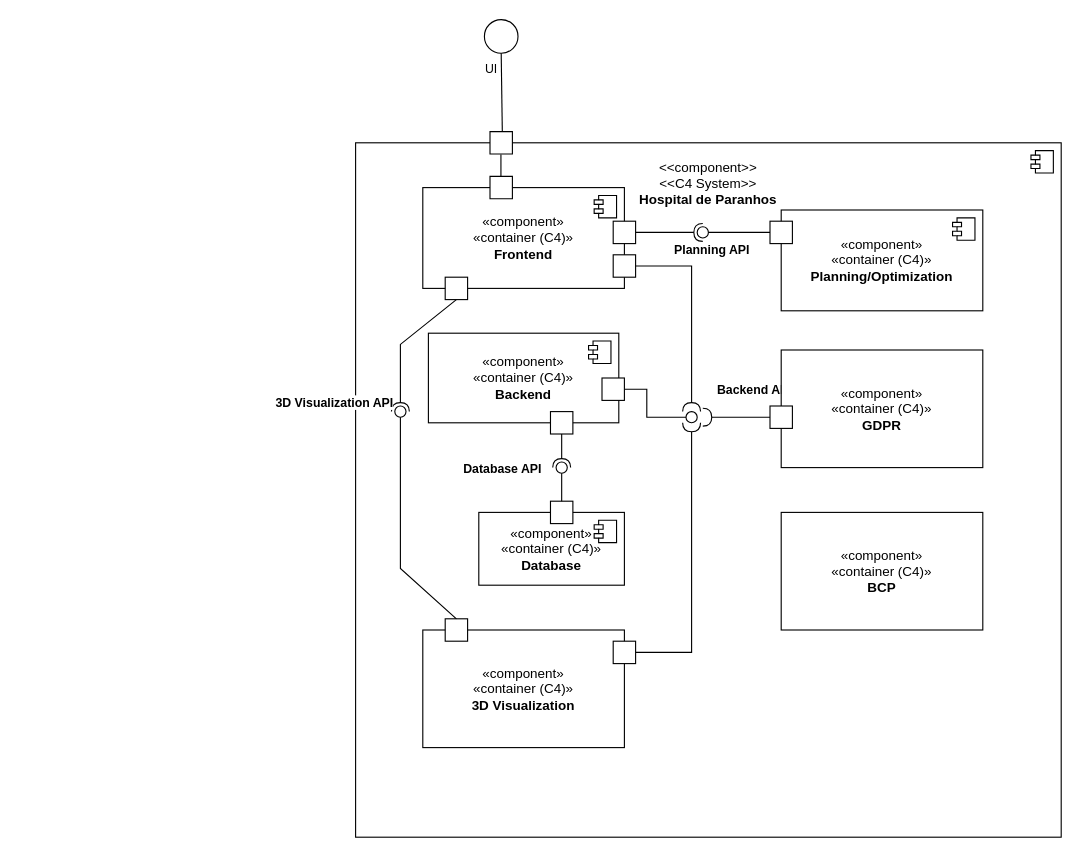
The draw.io diagram docs/geral/views/level-2/logic/vista_logica.drawio in andredsferreira/p5sem-3dj-g59, before the edit. Source tidied: cells renumbered, new cells numbered last; positions are measured from the earlier drawing's top-left corner, leaving out a move shared by most shapes. Both pictures are drawn from the tidied source at 112%, with x=0, y=0 at pixel (355, 19).
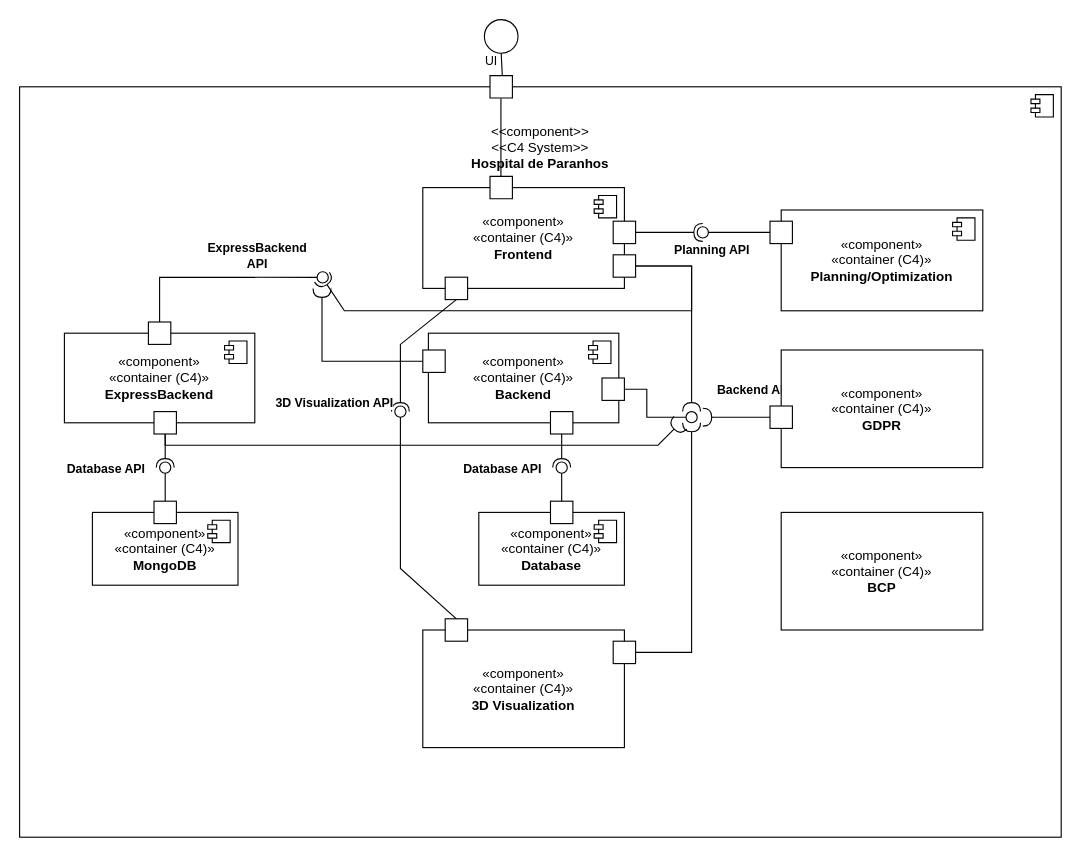
The same page after the edit.

Unchanged cells that the change refers to:
```xml
<mxCell id="39" style="rounded=0;whiteSpace=wrap;html=1;" parent="1" vertex="1">
  <mxGeometry x="230" y="210" width="20" height="20" as="geometry" />
</mxCell>
```

Change to the diagram source:
```diff
@@
-    <mxCell id="2" value="&amp;lt;&amp;lt;component&amp;gt;&amp;gt;&lt;div&gt;&amp;lt;&amp;lt;C4 System&amp;gt;&amp;gt;&lt;br&gt;&lt;b&gt;Hospital de Paranhos&lt;/b&gt;&lt;/div&gt;&lt;div&gt;&lt;b&gt;&lt;br&gt;&lt;/b&gt;&lt;/div&gt;&lt;div&gt;&lt;b&gt;&lt;br&gt;&lt;/b&gt;&lt;/div&gt;&lt;div&gt;&lt;b&gt;&lt;br&gt;&lt;/b&gt;&lt;/div&gt;&lt;div&gt;&lt;b&gt;&lt;br&gt;&lt;/b&gt;&lt;/div&gt;&lt;div&gt;&lt;b&gt;&lt;br&gt;&lt;/b&gt;&lt;/div&gt;&lt;div&gt;&lt;b&gt;&lt;br&gt;&lt;/b&gt;&lt;/div&gt;&lt;div&gt;&lt;b&gt;&lt;br&gt;&lt;/b&gt;&lt;/div&gt;&lt;div&gt;&lt;b&gt;&lt;br&gt;&lt;/b&gt;&lt;/div&gt;&lt;div&gt;&lt;b&gt;&lt;br&gt;&lt;/b&gt;&lt;/div&gt;&lt;div&gt;&lt;b&gt;&lt;br&gt;&lt;/b&gt;&lt;/div&gt;&lt;div&gt;&lt;b&gt;&lt;br&gt;&lt;/b&gt;&lt;/div&gt;&lt;div&gt;&lt;b&gt;&lt;br&gt;&lt;/b&gt;&lt;/div&gt;&lt;div&gt;&lt;b&gt;&lt;br&gt;&lt;/b&gt;&lt;/div&gt;&lt;div&gt;&lt;b&gt;&lt;br&gt;&lt;/b&gt;&lt;/div&gt;&lt;div&gt;&lt;b&gt;&lt;br&gt;&lt;/b&gt;&lt;/div&gt;&lt;div&gt;&lt;b&gt;&lt;br&gt;&lt;/b&gt;&lt;/div&gt;&lt;div&gt;&lt;b&gt;&lt;br&gt;&lt;/b&gt;&lt;/div&gt;&lt;div&gt;&lt;b&gt;&lt;br&gt;&lt;/b&gt;&lt;/div&gt;&lt;div&gt;&lt;b&gt;&lt;br&gt;&lt;/b&gt;&lt;/div&gt;&lt;div&gt;&lt;b&gt;&lt;br&gt;&lt;/b&gt;&lt;/div&gt;&lt;div&gt;&lt;b&gt;&lt;br&gt;&lt;/b&gt;&lt;/div&gt;&lt;div&gt;&lt;b&gt;&lt;br&gt;&lt;/b&gt;&lt;/div&gt;&lt;div&gt;&lt;b&gt;&lt;br&gt;&lt;/b&gt;&lt;/div&gt;&lt;div&gt;&lt;b&gt;&lt;br&gt;&lt;/b&gt;&lt;/div&gt;&lt;div&gt;&lt;b&gt;&lt;br&gt;&lt;/b&gt;&lt;/div&gt;&lt;div&gt;&lt;b&gt;&lt;br&gt;&lt;/b&gt;&lt;/div&gt;&lt;div&gt;&lt;b&gt;&lt;br&gt;&lt;/b&gt;&lt;/div&gt;&lt;div&gt;&lt;b&gt;&lt;br&gt;&lt;/b&gt;&lt;/div&gt;&lt;div&gt;&lt;b&gt;&lt;br&gt;&lt;/b&gt;&lt;/div&gt;&lt;div&gt;&lt;b&gt;&lt;br&gt;&lt;/b&gt;&lt;/div&gt;&lt;div&gt;&lt;br&gt;&lt;/div&gt;&lt;div&gt;&lt;br&gt;&lt;/div&gt;&lt;div&gt;&lt;br&gt;&lt;/div&gt;&lt;div&gt;&lt;br&gt;&lt;/div&gt;&lt;div&gt;&lt;br&gt;&lt;/div&gt;&lt;div&gt;&lt;br&gt;&lt;/div&gt;&lt;div&gt;&lt;br&gt;&lt;/div&gt;&lt;div&gt;&lt;br&gt;&lt;/div&gt;" style="html=1;whiteSpace=wrap;" parent="1" vertex="1">
-      <mxGeometry y="110" width="630" height="620" as="geometry" />
+    <mxCell id="2" value="&amp;lt;&amp;lt;component&amp;gt;&amp;gt;&lt;div&gt;&amp;lt;&amp;lt;C4 System&amp;gt;&amp;gt;&lt;br&gt;&lt;b&gt;Hospital de Paranhos&lt;/b&gt;&lt;/div&gt;&lt;div&gt;&lt;b&gt;&lt;br&gt;&lt;/b&gt;&lt;/div&gt;&lt;div&gt;&lt;b&gt;&lt;br&gt;&lt;/b&gt;&lt;/div&gt;&lt;div&gt;&lt;b&gt;&lt;br&gt;&lt;/b&gt;&lt;/div&gt;&lt;div&gt;&lt;b&gt;&lt;br&gt;&lt;/b&gt;&lt;/div&gt;&lt;div&gt;&lt;b&gt;&lt;br&gt;&lt;/b&gt;&lt;/div&gt;&lt;div&gt;&lt;b&gt;&lt;br&gt;&lt;/b&gt;&lt;/div&gt;&lt;div&gt;&lt;b&gt;&lt;br&gt;&lt;/b&gt;&lt;/div&gt;&lt;div&gt;&lt;b&gt;&lt;br&gt;&lt;/b&gt;&lt;/div&gt;&lt;div&gt;&lt;b&gt;&lt;br&gt;&lt;/b&gt;&lt;/div&gt;&lt;div&gt;&lt;b&gt;&lt;br&gt;&lt;/b&gt;&lt;/div&gt;&lt;div&gt;&lt;b&gt;&lt;br&gt;&lt;/b&gt;&lt;/div&gt;&lt;div&gt;&lt;b&gt;&lt;br&gt;&lt;/b&gt;&lt;/div&gt;&lt;div&gt;&lt;b&gt;&lt;br&gt;&lt;/b&gt;&lt;/div&gt;&lt;div&gt;&lt;b&gt;&lt;br&gt;&lt;/b&gt;&lt;/div&gt;&lt;div&gt;&lt;b&gt;&lt;br&gt;&lt;/b&gt;&lt;/div&gt;&lt;div&gt;&lt;b&gt;&lt;br&gt;&lt;/b&gt;&lt;/div&gt;&lt;div&gt;&lt;b&gt;&lt;br&gt;&lt;/b&gt;&lt;/div&gt;&lt;div&gt;&lt;b&gt;&lt;br&gt;&lt;/b&gt;&lt;/div&gt;&lt;div&gt;&lt;b&gt;&lt;br&gt;&lt;/b&gt;&lt;/div&gt;&lt;div&gt;&lt;b&gt;&lt;br&gt;&lt;/b&gt;&lt;/div&gt;&lt;div&gt;&lt;b&gt;&lt;br&gt;&lt;/b&gt;&lt;/div&gt;&lt;div&gt;&lt;b&gt;&lt;br&gt;&lt;/b&gt;&lt;/div&gt;&lt;div&gt;&lt;b&gt;&lt;br&gt;&lt;/b&gt;&lt;/div&gt;&lt;div&gt;&lt;b&gt;&lt;br&gt;&lt;/b&gt;&lt;/div&gt;&lt;div&gt;&lt;b&gt;&lt;br&gt;&lt;/b&gt;&lt;/div&gt;&lt;div&gt;&lt;b&gt;&lt;br&gt;&lt;/b&gt;&lt;/div&gt;&lt;div&gt;&lt;b&gt;&lt;br&gt;&lt;/b&gt;&lt;/div&gt;&lt;div&gt;&lt;b&gt;&lt;br&gt;&lt;/b&gt;&lt;/div&gt;&lt;div&gt;&lt;b&gt;&lt;br&gt;&lt;/b&gt;&lt;/div&gt;&lt;div&gt;&lt;b&gt;&lt;br&gt;&lt;/b&gt;&lt;/div&gt;&lt;div&gt;&lt;br&gt;&lt;/div&gt;&lt;div&gt;&lt;br&gt;&lt;/div&gt;&lt;div&gt;&lt;br&gt;&lt;/div&gt;&lt;div&gt;&lt;br&gt;&lt;/div&gt;&lt;div&gt;&lt;br&gt;&lt;/div&gt;&lt;div&gt;&lt;br&gt;&lt;/div&gt;&lt;div&gt;&lt;br&gt;&lt;/div&gt;&lt;div&gt;&lt;br&gt;&lt;/div&gt;&lt;div&gt;&lt;br&gt;&lt;/div&gt;" style="html=1;whiteSpace=wrap;" parent="1" vertex="1">
+      <mxGeometry x="-300" y="60" width="930" height="670" as="geometry" />
     </mxCell>
@@
-    <mxCell id="4" style="verticalLabelPosition=bottom;verticalAlign=top;html=1;shape=mxgraph.basic.rect;fillColor2=none;strokeWidth=1;size=20;indent=5;" parent="1" vertex="1">
-      <mxGeometry x="120" y="100" width="20" height="20" as="geometry" />
+    <mxCell id="4" style="verticalLabelPosition=bottom;verticalAlign=top;html=1;shape=mxgraph.basic.rect;fillColor2=none;strokeWidth=1;size=9.4;indent=5;" parent="1" vertex="1">
+      <mxGeometry x="120" y="50" width="20" height="20" as="geometry" />
     </mxCell>
@@
+    <mxCell id="48" value="«component»&lt;div&gt;«container (C4)»&lt;br&gt;&lt;b&gt;ExpressBackend&lt;/b&gt;&lt;/div&gt;" style="html=1;whiteSpace=wrap;" parent="1" vertex="1">
+      <mxGeometry x="-260" y="280" width="170" height="80" as="geometry" />
+    </mxCell>
+    <mxCell id="49" style="shape=module;jettyWidth=8;jettyHeight=4;" parent="48" vertex="1">
+      <mxGeometry x="1" width="20" height="20" relative="1" as="geometry">
+        <mxPoint x="-27" y="7" as="offset" />
+      </mxGeometry>
+    </mxCell>
+    <mxCell id="50" value="«component»&lt;div&gt;«container (C4)»&lt;br&gt;&lt;b&gt;MongoDB&lt;/b&gt;&lt;/div&gt;" style="html=1;whiteSpace=wrap;" parent="1" vertex="1">
+      <mxGeometry x="-235" y="440" width="130" height="65" as="geometry" />
+    </mxCell>
+    <mxCell id="51" style="shape=module;jettyWidth=8;jettyHeight=4;" parent="50" vertex="1">
+      <mxGeometry x="1" width="20" height="20" relative="1" as="geometry">
+        <mxPoint x="-27" y="7" as="offset" />
+      </mxGeometry>
+    </mxCell>
+    <mxCell id="52" style="rounded=0;whiteSpace=wrap;html=1;" parent="1" vertex="1">
+      <mxGeometry x="-180" y="350" width="20" height="20" as="geometry" />
+    </mxCell>
+    <mxCell id="53" style="rounded=0;whiteSpace=wrap;html=1;" parent="1" vertex="1">
+      <mxGeometry x="-180" y="430" width="20" height="20" as="geometry" />
+    </mxCell>
+    <mxCell id="54" style="rounded=0;jettySize=auto;html=1;endArrow=halfCircle;endFill=0;endSize=6;strokeWidth=1;sketch=0;exitX=0.5;exitY=1;exitDx=0;exitDy=0;" parent="1" edge="1" source="52">
+      <mxGeometry relative="1" as="geometry">
+        <mxPoint x="-170" y="400" as="targetPoint" />
+      </mxGeometry>
+    </mxCell>
+    <mxCell id="55" style="rounded=0;jettySize=auto;html=1;endArrow=oval;endFill=0;sketch=0;sourcePerimeterSpacing=0;targetPerimeterSpacing=0;endSize=10;exitX=0.5;exitY=0;exitDx=0;exitDy=0;" parent="1" edge="1" source="53">
+      <mxGeometry relative="1" as="geometry">
+        <mxPoint x="-170" y="400" as="targetPoint" />
+      </mxGeometry>
+    </mxCell>
+    <mxCell id="56" value="&lt;b&gt;Database API&lt;/b&gt;" style="edgeLabel;html=1;align=center;verticalAlign=middle;" parent="55" vertex="1">
+      <mxGeometry x="0.75" relative="1" as="geometry">
+        <mxPoint x="-54" y="-4" as="offset" />
+      </mxGeometry>
+    </mxCell>
+    <mxCell id="57" style="rounded=0;jettySize=auto;html=1;endArrow=oval;endFill=0;sketch=0;sourcePerimeterSpacing=0;targetPerimeterSpacing=0;endSize=10;exitX=0.5;exitY=0;exitDx=0;exitDy=0;entryX=0.291;entryY=0.254;entryDx=0;entryDy=0;entryPerimeter=0;" parent="1" edge="1" source="59" target="2">
+      <mxGeometry relative="1" as="geometry">
+        <Array as="points">
+          <mxPoint x="-175" y="230" />
+        </Array>
+      </mxGeometry>
+    </mxCell>
+    <mxCell id="58" value="&lt;b&gt;ExpressBackend&lt;/b&gt;&lt;div&gt;&lt;b&gt;API&lt;/b&gt;&lt;/div&gt;" style="edgeLabel;html=1;align=center;verticalAlign=middle;" parent="57" vertex="1">
+      <mxGeometry x="0.75" relative="1" as="geometry">
+        <mxPoint x="-35" y="-20" as="offset" />
+      </mxGeometry>
+    </mxCell>
+    <mxCell id="59" style="rounded=0;whiteSpace=wrap;html=1;" parent="1" vertex="1">
+      <mxGeometry x="-185" y="270" width="20" height="20" as="geometry" />
+    </mxCell>
+    <mxCell id="60" style="rounded=0;jettySize=auto;html=1;endArrow=halfCircle;endFill=0;endSize=6;strokeWidth=1;sketch=0;exitX=0.5;exitY=1;exitDx=0;exitDy=0;" parent="1" edge="1" source="52">
+      <mxGeometry relative="1" as="geometry">
+        <mxPoint x="290" y="360" as="targetPoint" />
+        <Array as="points">
+          <mxPoint x="-170" y="380" />
+          <mxPoint x="270" y="380" />
+        </Array>
+      </mxGeometry>
+    </mxCell>
+    <mxCell id="61" style="rounded=0;jettySize=auto;html=1;endArrow=halfCircle;endFill=0;endSize=6;strokeWidth=1;sketch=0;exitX=1;exitY=0.5;exitDx=0;exitDy=0;" parent="1" edge="1" source="39">
+      <mxGeometry relative="1" as="geometry">
+        <mxPoint x="-30" y="230" as="targetPoint" />
+        <Array as="points">
+          <mxPoint x="300" y="220" />
+          <mxPoint x="300" y="260" />
+          <mxPoint x="-10" y="260" />
+        </Array>
+      </mxGeometry>
+    </mxCell>
+    <mxCell id="62" style="rounded=0;whiteSpace=wrap;html=1;" parent="1" vertex="1">
+      <mxGeometry x="60" y="295" width="20" height="20" as="geometry" />
+    </mxCell>
+    <mxCell id="63" style="rounded=0;jettySize=auto;html=1;endArrow=halfCircle;endFill=0;endSize=6;strokeWidth=1;sketch=0;exitX=0;exitY=0.5;exitDx=0;exitDy=0;" parent="1" edge="1" source="62">
+      <mxGeometry relative="1" as="geometry">
+        <mxPoint x="-30" y="240" as="targetPoint" />
+        <Array as="points">
+          <mxPoint x="-30" y="305" />
+        </Array>
+      </mxGeometry>
+    </mxCell>
```
